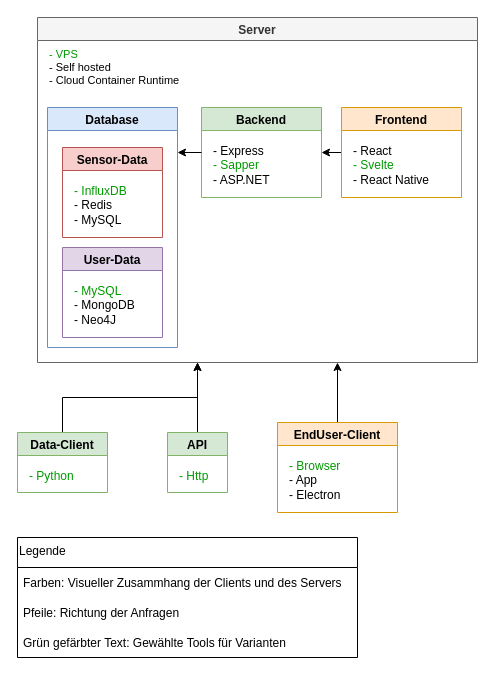
marcelheim/jo-co2 keeps this draw.io diagram as docs/architecture.drawio. Above is the earlier version. Source tidied: cells renumbered, new cells numbered last; positions are measured from the earlier drawing's top-left corner, leaving out a move shared by most shapes. Both pictures are drawn from the tidied source at 100%, with x=0, y=0 at pixel (17, 17).
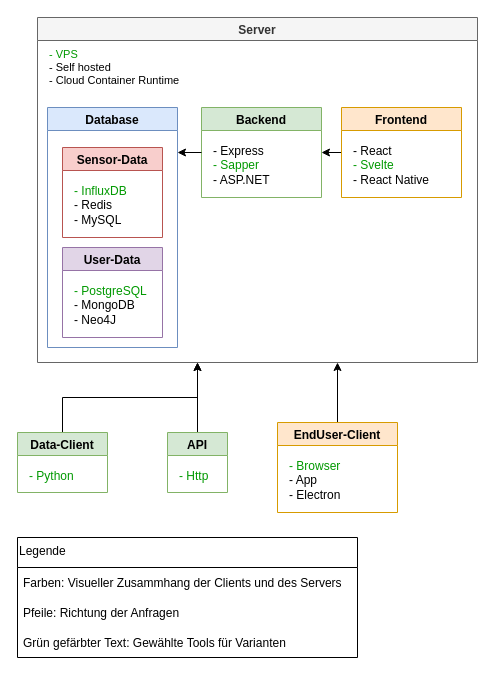
After the change.

Commit message:
Change MySQL to PostgreSQL

The change refers to these unchanged cells:
```xml
<mxCell id="12" value="User-Data" style="swimlane;fillColor=#e1d5e7;strokeColor=#9673a6;" parent="9" vertex="1">
  <mxGeometry x="15" y="140" width="100" height="90" as="geometry" />
</mxCell>
```

What changed in the source:
```diff
@@
-    <mxCell id="13" value="&lt;font color=&quot;#009900&quot;&gt;- MySQL&lt;br&gt;&lt;/font&gt;- MongoDB&lt;br&gt;- Neo4J" style="text;html=1;strokeColor=none;fillColor=none;align=left;verticalAlign=middle;whiteSpace=wrap;rounded=0;" parent="12" vertex="1">
+    <mxCell id="13" value="&lt;font color=&quot;#009900&quot;&gt;- PostgreSQL&lt;br&gt;&lt;/font&gt;- MongoDB&lt;br&gt;- Neo4J" style="text;html=1;strokeColor=none;fillColor=none;align=left;verticalAlign=middle;whiteSpace=wrap;rounded=0;" parent="12" vertex="1">
       <mxGeometry x="10" y="35" width="80" height="45" as="geometry" />
     </mxCell>
```
